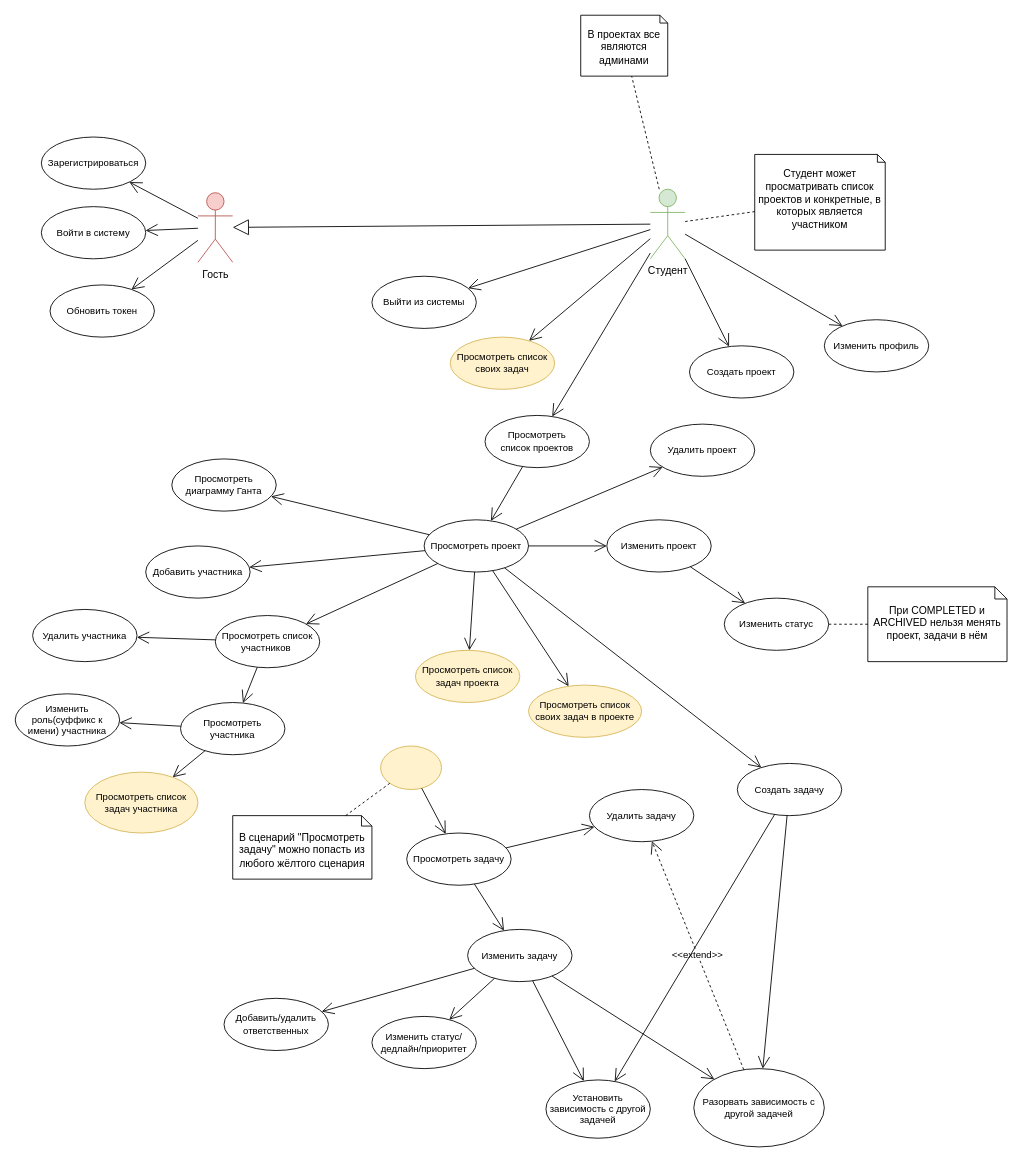
The draw.io diagram diagrams/use-case-diagram.drawio in Educational-Projects-Se2my00of5/osnovyprymoyrazrabotki, before the edit. Source tidied: cells renumbered, new cells numbered last; positions are measured from the earlier drawing's top-left corner, leaving out a move shared by most shapes. Both pictures are drawn from the tidied source at 87%, with x=0, y=0 at pixel (15, 15).
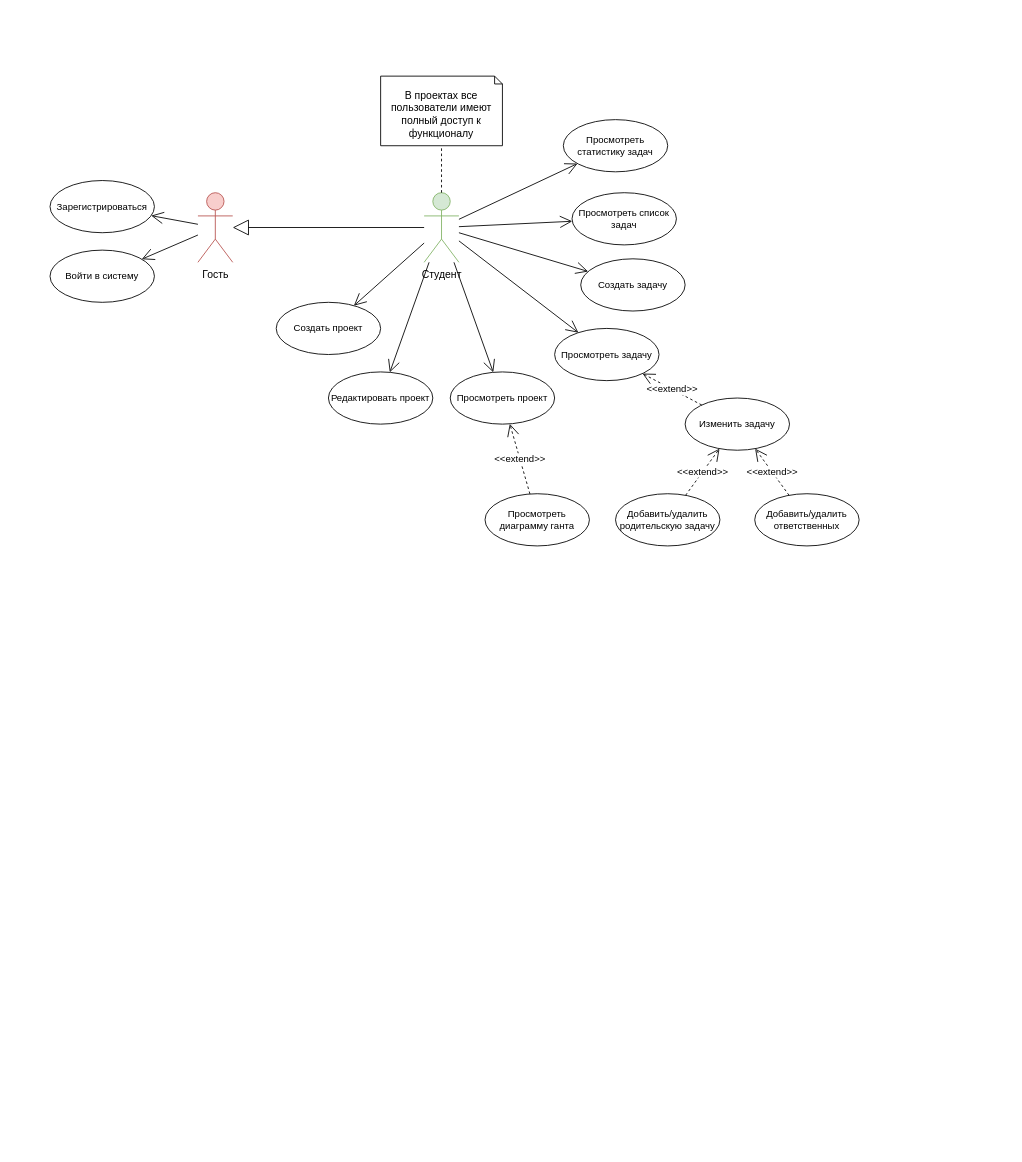
The same page after the edit.

The change refers to these unchanged cells:
```xml
<mxCell id="2" value="Гость" style="shape=umlActor;verticalLabelPosition=bottom;verticalAlign=top;html=1;fontSize=12;fillColor=#f8cecc;strokeColor=#b85450;" parent="1" vertex="1">
  <mxGeometry x="210" y="204" width="40" height="80" as="geometry" />
</mxCell>
```

What changed in the source:
```diff
@@
     <mxCell id="3" value="Студент" style="shape=umlActor;verticalLabelPosition=bottom;verticalAlign=top;html=1;fontSize=12;fillColor=#d5e8d4;strokeColor=#82b366;" parent="1" vertex="1">
-      <mxGeometry x="730" y="200" width="40" height="80" as="geometry" />
+      <mxGeometry x="470" y="204" width="40" height="80" as="geometry" />
     </mxCell>
     <mxCell id="4" value="Зарегистрироваться" style="ellipse;whiteSpace=wrap;html=1;fontSize=11;" parent="1" vertex="1">
-      <mxGeometry x="30" y="140" width="120" height="60" as="geometry" />
+      <mxGeometry x="40" y="190" width="120" height="60" as="geometry" />
     </mxCell>
     <mxCell id="5" value="Войти в систему" style="ellipse;whiteSpace=wrap;html=1;fontSize=11;" parent="1" vertex="1">
-      <mxGeometry x="30" y="220" width="120" height="60" as="geometry" />
+      <mxGeometry x="40" y="270" width="120" height="60" as="geometry" />
     </mxCell>
@@
-    <mxCell id="8" value="Изменить проект" style="ellipse;whiteSpace=wrap;html=1;fontSize=11;" parent="1" vertex="1">
-      <mxGeometry x="680" y="580" width="120" height="60" as="geometry" />
-    </mxCell>
-    <mxCell id="9" value="Обновить токен" style="ellipse;whiteSpace=wrap;html=1;fontSize=11;" parent="1" vertex="1">
-      <mxGeometry x="40" y="310" width="120" height="60" as="geometry" />
-    </mxCell>
-    <mxCell id="10" style="endArrow=open;endFill=1;endSize=12;html=1;" parent="1" edge="1" source="2" target="9">
-      <mxGeometry relative="1" as="geometry" />
-    </mxCell>
-    <mxCell id="11" style="endArrow=open;endFill=1;endSize=12;html=1;" parent="1" edge="1" source="19" target="8">
-      <mxGeometry relative="1" as="geometry" />
-    </mxCell>
@@
-    <mxCell id="13" value="Просмотреть&#10;список проектов" style="ellipse;whiteSpace=wrap;html=1;fontSize=11;" parent="1" vertex="1">
-      <mxGeometry x="540" y="460" width="120" height="60" as="geometry" />
-    </mxCell>
-    <mxCell id="14" style="endArrow=open;endFill=1;endSize=12;html=1;" parent="1" edge="1" source="3" target="13">
-      <mxGeometry relative="1" as="geometry" />
-    </mxCell>
-    <mxCell id="15" value="Изменить задачу" style="ellipse;whiteSpace=wrap;html=1;fontSize=11;" parent="1" vertex="1">
-      <mxGeometry x="520" y="1050.8" width="120" height="60" as="geometry" />
-    </mxCell>
-    <mxCell id="16" style="endArrow=open;endFill=1;endSize=12;html=1;" parent="1" edge="1" source="58" target="15">
-      <mxGeometry relative="1" as="geometry" />
-    </mxCell>
-    <mxCell id="17" value="Выйти из системы" style="ellipse;whiteSpace=wrap;html=1;fontSize=11;" parent="1" vertex="1">
-      <mxGeometry x="410" y="300" width="120" height="60" as="geometry" />
-    </mxCell>
-    <mxCell id="18" style="endArrow=open;endFill=1;endSize=12;html=1;" parent="1" edge="1" source="3" target="17">
-      <mxGeometry relative="1" as="geometry" />
-    </mxCell>
-    <mxCell id="19" value="Просмотреть проект" style="ellipse;whiteSpace=wrap;html=1;fontSize=11;" parent="1" vertex="1">
-      <mxGeometry x="470" y="580" width="120" height="60" as="geometry" />
-    </mxCell>
-    <mxCell id="20" style="endArrow=open;endFill=1;endSize=12;html=1;" parent="1" edge="1" source="13" target="19">
-      <mxGeometry relative="1" as="geometry" />
-    </mxCell>
-    <mxCell id="21" style="endArrow=open;endFill=1;endSize=12;html=1;" parent="1" edge="1" source="15" target="23">
-      <mxGeometry relative="1" as="geometry" />
-    </mxCell>
-    <mxCell id="22" style="endArrow=open;endFill=1;endSize=12;html=1;" parent="1" edge="1" source="15" target="24">
-      <mxGeometry relative="1" as="geometry" />
-    </mxCell>
-    <mxCell id="23" value="Изменить статус/дедлайн/приоритет" style="ellipse;whiteSpace=wrap;html=1;fontSize=11;" parent="1" vertex="1">
-      <mxGeometry x="410" y="1150.8" width="120" height="60" as="geometry" />
-    </mxCell>
-    <mxCell id="24" value="Добавить/удалить ответственных" style="ellipse;whiteSpace=wrap;html=1;fontSize=11;" parent="1" vertex="1">
-      <mxGeometry x="240" y="1130" width="120" height="60" as="geometry" />
-    </mxCell>
-    <mxCell id="25" value="Установить зависимость с другой задачей" style="ellipse;whiteSpace=wrap;html=1;fontSize=11;" parent="1" vertex="1">
-      <mxGeometry x="610" y="1223.8" width="120" height="67" as="geometry" />
-    </mxCell>
-    <mxCell id="26" value="Создать задачу" style="ellipse;whiteSpace=wrap;html=1;fontSize=11;" parent="1" vertex="1">
-      <mxGeometry x="830" y="860" width="120" height="60" as="geometry" />
-    </mxCell>
-    <mxCell id="27" style="endArrow=open;endFill=1;endSize=12;html=1;" parent="1" edge="1" source="19" target="26">
-      <mxGeometry relative="1" as="geometry" />
-    </mxCell>
-    <mxCell id="28" value="Удалить задачу" style="ellipse;whiteSpace=wrap;html=1;fontSize=11;" parent="1" vertex="1">
-      <mxGeometry x="660" y="890" width="120" height="60" as="geometry" />
-    </mxCell>
-    <mxCell id="29" style="endArrow=open;endFill=1;endSize=12;html=1;" parent="1" edge="1" source="58" target="28">
-      <mxGeometry relative="1" as="geometry" />
-    </mxCell>
-    <mxCell id="30" value="Студент может просматривать список проектов и конкретные, в которых является участником" style="shape=note2;boundedLbl=1;whiteSpace=wrap;html=1;size=9;verticalAlign=top;align=center;" parent="1" vertex="1">
-      <mxGeometry x="850" y="160" width="150" height="110" as="geometry" />
-    </mxCell>
-    <mxCell id="31" style="endArrow=none;dashed=1;html=1;" parent="1" edge="1" source="3" target="30">
-      <mxGeometry relative="1" as="geometry" />
-    </mxCell>
-    <mxCell id="32" value="Удалить проект" style="ellipse;whiteSpace=wrap;html=1;fontSize=11;" parent="1" vertex="1">
-      <mxGeometry x="730" y="470" width="120" height="60" as="geometry" />
-    </mxCell>
-    <mxCell id="33" style="endArrow=open;endFill=1;endSize=12;html=1;" parent="1" edge="1" source="19" target="32">
-      <mxGeometry relative="1" as="geometry" />
-    </mxCell>
-    <mxCell id="34" value="Добавить участника" style="ellipse;whiteSpace=wrap;html=1;fontSize=11;" parent="1" vertex="1">
-      <mxGeometry x="150" y="610" width="120" height="60" as="geometry" />
-    </mxCell>
-    <mxCell id="35" value="В проектах все являются админами" style="shape=note2;boundedLbl=1;whiteSpace=wrap;html=1;size=9;verticalAlign=top;align=center;" parent="1" vertex="1">
-      <mxGeometry x="650" width="100" height="70" as="geometry" />
+    <mxCell id="35" value="В проектах все пользователи имеют полный доступ к функционалу" style="shape=note2;boundedLbl=1;whiteSpace=wrap;html=1;size=9;verticalAlign=top;align=center;" parent="1" vertex="1">
+      <mxGeometry x="420" y="70" width="140" height="80" as="geometry" />
     </mxCell>
@@
-    <mxCell id="37" style="endArrow=open;endFill=1;endSize=12;html=1;" parent="1" edge="1" source="19" target="34">
-      <mxGeometry relative="1" as="geometry" />
-    </mxCell>
+    <mxCell id="75" style="endArrow=open;endFill=1;endSize=12;html=1;" parent="1" edge="1" source="3" target="76">
+      <mxGeometry relative="1" as="geometry" />
+    </mxCell>
+    <mxCell id="76" value="Редактировать проект" style="ellipse;whiteSpace=wrap;html=1;fontSize=11;" parent="1" vertex="1">
+      <mxGeometry x="360" y="410" width="120" height="60" as="geometry" />
+    </mxCell>
+    <mxCell id="77" style="endArrow=open;endFill=1;endSize=12;html=1;" parent="1" edge="1" source="3" target="19">
+      <mxGeometry relative="1" as="geometry" />
+    </mxCell>
+    <mxCell id="19" value="Просмотреть проект" style="ellipse;whiteSpace=wrap;html=1;fontSize=11;" parent="1" vertex="1">
+      <mxGeometry x="500" y="410" width="120" height="60" as="geometry" />
+    </mxCell>
+    <mxCell id="78" style="endArrow=open;endFill=1;endSize=12;html=1;" parent="1" edge="1" source="3" target="79">
+      <mxGeometry relative="1" as="geometry" />
+    </mxCell>
+    <mxCell id="79" value="Просмотреть статистику задач" style="ellipse;whiteSpace=wrap;html=1;fontSize=11;" parent="1" vertex="1">
+      <mxGeometry x="630" y="120" width="120" height="60" as="geometry" />
+    </mxCell>
+    <mxCell id="80" style="endArrow=open;endFill=1;endSize=12;html=1;" parent="1" edge="1" source="3" target="81">
+      <mxGeometry relative="1" as="geometry" />
+    </mxCell>
+    <mxCell id="81" value="Просмотреть список задач" style="ellipse;whiteSpace=wrap;html=1;fontSize=11;" parent="1" vertex="1">
+      <mxGeometry x="640" y="204" width="120" height="60" as="geometry" />
+    </mxCell>
+    <mxCell id="58" value="Просмотреть задачу" style="ellipse;whiteSpace=wrap;html=1;fontSize=11;" parent="1" vertex="1">
+      <mxGeometry x="620" y="360" width="120" height="60" as="geometry" />
+    </mxCell>
+    <mxCell id="15" value="Изменить задачу" style="ellipse;whiteSpace=wrap;html=1;fontSize=11;" parent="1" vertex="1">
+      <mxGeometry x="770" y="440" width="120" height="60" as="geometry" />
+    </mxCell>
+    <mxCell id="82" value="&amp;lt;&amp;lt;extend&amp;gt;&amp;gt;" style="endArrow=open;endSize=12;dashed=1;html=1;" parent="1" edge="1" source="15" target="58">
+      <mxGeometry relative="1" as="geometry" />
+    </mxCell>
+    <mxCell id="83" value="&amp;lt;&amp;lt;extend&amp;gt;&amp;gt;" style="endArrow=open;endSize=12;dashed=1;html=1;" parent="1" edge="1" source="24" target="15">
+      <mxGeometry relative="1" as="geometry" />
+    </mxCell>
+    <mxCell id="84" value="&amp;lt;&amp;lt;extend&amp;gt;&amp;gt;" style="endArrow=open;endSize=12;dashed=1;html=1;" parent="1" edge="1" source="85" target="15">
+      <mxGeometry relative="1" as="geometry" />
+    </mxCell>
+    <mxCell id="24" value="Добавить/удалить ответственных" style="ellipse;whiteSpace=wrap;html=1;fontSize=11;" parent="1" vertex="1">
+      <mxGeometry x="850" y="550" width="120" height="60" as="geometry" />
+    </mxCell>
+    <mxCell id="85" value="Добавить/удалить родительскую задачу" style="ellipse;whiteSpace=wrap;html=1;fontSize=11;" parent="1" vertex="1">
+      <mxGeometry x="690" y="550" width="120" height="60" as="geometry" />
+    </mxCell>
+    <mxCell id="86" style="endArrow=open;endFill=1;endSize=12;html=1;" parent="1" edge="1" source="3" target="58">
+      <mxGeometry relative="1" as="geometry" />
+    </mxCell>
+    <mxCell id="87" style="endArrow=open;endFill=1;endSize=12;html=1;" parent="1" edge="1" source="3" target="26">
+      <mxGeometry relative="1" as="geometry" />
+    </mxCell>
+    <mxCell id="26" value="Создать задачу" style="ellipse;whiteSpace=wrap;html=1;fontSize=11;" parent="1" vertex="1">
+      <mxGeometry x="650" y="280" width="120" height="60" as="geometry" />
+    </mxCell>
+    <mxCell id="88" value="Просмотреть диаграмму ганта" style="ellipse;whiteSpace=wrap;html=1;fontSize=11;" parent="1" vertex="1">
+      <mxGeometry x="540" y="550" width="120" height="60" as="geometry" />
+    </mxCell>
+    <mxCell id="89" value="&amp;lt;&amp;lt;extend&amp;gt;&amp;gt;" style="endArrow=open;endSize=12;dashed=1;html=1;" parent="1" edge="1" source="88" target="19">
+      <mxGeometry relative="1" as="geometry" />
+    </mxCell>
+    <mxCell id="39" style="endArrow=open;endFill=1;endSize=12;html=1;" parent="1" edge="1" source="3" target="38">
+      <mxGeometry relative="1" as="geometry" />
+    </mxCell>
     <mxCell id="38" value="Создать проект" style="ellipse;whiteSpace=wrap;html=1;fontSize=11;" parent="1" vertex="1">
-      <mxGeometry x="775" y="380" width="120" height="60" as="geometry" />
+      <mxGeometry x="300" y="330" width="120" height="60" as="geometry" />
     </mxCell>
-    <mxCell id="39" style="endArrow=open;endFill=1;endSize=12;html=1;" parent="1" edge="1" source="3" target="38">
-      <mxGeometry relative="1" as="geometry" />
-    </mxCell>
-    <mxCell id="40" value="Изменить статус" style="ellipse;whiteSpace=wrap;html=1;fontSize=11;" parent="1" vertex="1">
-      <mxGeometry x="815" y="670" width="120" height="60" as="geometry" />
-    </mxCell>
-    <mxCell id="41" style="endArrow=open;endFill=1;endSize=12;html=1;" parent="1" edge="1" source="8" target="40">
-      <mxGeometry relative="1" as="geometry" />
-    </mxCell>
-    <mxCell id="42" value="Разорвать зависимость с другой задачей" style="ellipse;whiteSpace=wrap;html=1;fontSize=11;" parent="1" vertex="1">
-      <mxGeometry x="780" y="1210.8" width="150" height="90" as="geometry" />
-    </mxCell>
-    <mxCell id="43" value="&amp;lt;&amp;lt;extend&amp;gt;&amp;gt;" style="endArrow=open;endSize=12;dashed=1;html=1;" parent="1" edge="1" source="42" target="28">
-      <mxGeometry relative="1" as="geometry" />
-    </mxCell>
-    <mxCell id="44" value="Просмотреть список участников&amp;nbsp;" style="ellipse;whiteSpace=wrap;html=1;fontSize=11;" parent="1" vertex="1">
-      <mxGeometry x="230" y="690" width="120" height="60" as="geometry" />
-    </mxCell>
-    <mxCell id="45" style="endArrow=open;endFill=1;endSize=12;html=1;" parent="1" edge="1" source="19" target="44">
-      <mxGeometry relative="1" as="geometry" />
-    </mxCell>
-    <mxCell id="46" value="Просмотреть участника" style="ellipse;whiteSpace=wrap;html=1;fontSize=11;" parent="1" vertex="1">
-      <mxGeometry x="190" y="790" width="120" height="60" as="geometry" />
-    </mxCell>
-    <mxCell id="47" style="endArrow=open;endFill=1;endSize=12;html=1;" parent="1" edge="1" source="44" target="46">
-      <mxGeometry relative="1" as="geometry" />
-    </mxCell>
-    <mxCell id="48" style="endArrow=open;endFill=1;endSize=12;html=1;" parent="1" edge="1" source="46" target="49">
-      <mxGeometry relative="1" as="geometry" />
-    </mxCell>
-    <mxCell id="49" value="Просмотреть список задач участника" style="ellipse;whiteSpace=wrap;html=1;fontSize=11;fillColor=#fff2cc;strokeColor=#d6b656;" parent="1" vertex="1">
-      <mxGeometry x="80" y="870" width="130" height="70" as="geometry" />
-    </mxCell>
-    <mxCell id="50" value="Изменить роль(суффикс к имени) участника" style="ellipse;whiteSpace=wrap;html=1;fontSize=11;" parent="1" vertex="1">
-      <mxGeometry y="780" width="120" height="60" as="geometry" />
-    </mxCell>
-    <mxCell id="51" style="endArrow=open;endFill=1;endSize=12;html=1;" parent="1" edge="1" source="46" target="50">
-      <mxGeometry relative="1" as="geometry" />
-    </mxCell>
-    <mxCell id="52" value="Просмотреть диаграмму Ганта" style="ellipse;whiteSpace=wrap;html=1;fontSize=11;" parent="1" vertex="1">
-      <mxGeometry x="180" y="510" width="120" height="60" as="geometry" />
-    </mxCell>
-    <mxCell id="53" style="endArrow=open;endFill=1;endSize=12;html=1;" parent="1" edge="1" source="19" target="52">
-      <mxGeometry relative="1" as="geometry" />
-    </mxCell>
-    <mxCell id="54" style="endArrow=open;endFill=1;endSize=12;html=1;" parent="1" edge="1" source="26" target="25">
-      <mxGeometry relative="1" as="geometry" />
-    </mxCell>
-    <mxCell id="55" style="endArrow=open;endFill=1;endSize=12;html=1;" parent="1" edge="1" source="26" target="42">
-      <mxGeometry relative="1" as="geometry" />
-    </mxCell>
-    <mxCell id="56" value="Просмотреть список задач проекта" style="ellipse;whiteSpace=wrap;html=1;fontSize=11;fillColor=#fff2cc;strokeColor=#d6b656;" parent="1" vertex="1">
-      <mxGeometry x="460" y="730" width="120" height="60" as="geometry" />
-    </mxCell>
-    <mxCell id="57" style="endArrow=open;endFill=1;endSize=12;html=1;" parent="1" edge="1" source="19" target="56">
-      <mxGeometry relative="1" as="geometry" />
-    </mxCell>
-    <mxCell id="58" value="Просмотреть задачу" style="ellipse;whiteSpace=wrap;html=1;fontSize=11;" parent="1" vertex="1">
-      <mxGeometry x="450" y="940" width="120" height="60" as="geometry" />
-    </mxCell>
-    <mxCell id="59" style="endArrow=open;endFill=1;endSize=12;html=1;" parent="1" edge="1" source="15" target="25">
-      <mxGeometry relative="1" as="geometry" />
-    </mxCell>
-    <mxCell id="60" style="endArrow=open;endFill=1;endSize=12;html=1;" parent="1" edge="1" source="15" target="42">
-      <mxGeometry relative="1" as="geometry" />
-    </mxCell>
-    <mxCell id="61" value="При COMPLETED и ARCHIVED нельзя менять проект, задачи в нём" style="shape=note2;boundedLbl=1;whiteSpace=wrap;html=1;size=14;verticalAlign=top;align=center;" parent="1" vertex="1">
-      <mxGeometry x="980" y="657" width="160" height="86" as="geometry" />
-    </mxCell>
-    <mxCell id="62" style="endArrow=none;dashed=1;html=1;" parent="1" edge="1" source="40" target="61">
-      <mxGeometry relative="1" as="geometry" />
-    </mxCell>
-    <mxCell id="63" value="Удалить участника" style="ellipse;whiteSpace=wrap;html=1;fontSize=11;" parent="1" vertex="1">
-      <mxGeometry x="20" y="683" width="120" height="60" as="geometry" />
-    </mxCell>
-    <mxCell id="64" style="endArrow=open;endFill=1;endSize=12;html=1;" parent="1" edge="1" source="44" target="63">
-      <mxGeometry relative="1" as="geometry" />
-    </mxCell>
-    <mxCell id="65" value="Изменить профиль" style="ellipse;whiteSpace=wrap;html=1;fontSize=11;" parent="1" vertex="1">
-      <mxGeometry x="930" y="350" width="120" height="60" as="geometry" />
-    </mxCell>
-    <mxCell id="66" style="endArrow=open;endFill=1;endSize=12;html=1;" parent="1" edge="1" source="3" target="65">
-      <mxGeometry relative="1" as="geometry" />
-    </mxCell>
-    <mxCell id="67" value="Просмотреть список своих задач" style="ellipse;whiteSpace=wrap;html=1;fontSize=11;fillColor=#fff2cc;strokeColor=#d6b656;" parent="1" vertex="1">
-      <mxGeometry x="500" y="370" width="120" height="60" as="geometry" />
-    </mxCell>
-    <mxCell id="68" style="endArrow=open;endFill=1;endSize=12;html=1;" parent="1" edge="1" source="3" target="67">
-      <mxGeometry relative="1" as="geometry" />
-    </mxCell>
-    <mxCell id="69" value="Просмотреть список своих задач в проекте" style="ellipse;whiteSpace=wrap;html=1;fontSize=11;fillColor=#fff2cc;strokeColor=#d6b656;" parent="1" vertex="1">
-      <mxGeometry x="590" y="770" width="130" height="60" as="geometry" />
-    </mxCell>
-    <mxCell id="70" style="endArrow=open;endFill=1;endSize=12;html=1;" parent="1" edge="1" source="19" target="69">
-      <mxGeometry relative="1" as="geometry" />
-    </mxCell>
-    <mxCell id="71" style="ellipse;whiteSpace=wrap;html=1;fillColor=#fff2cc;strokeColor=#d6b656;" parent="1" vertex="1">
-      <mxGeometry x="420" y="840" width="70" height="50" as="geometry" />
-    </mxCell>
-    <mxCell id="72" style="endArrow=open;endFill=1;endSize=12;html=1;" parent="1" edge="1" source="71" target="58">
-      <mxGeometry relative="1" as="geometry" />
-    </mxCell>
-    <mxCell id="73" value="В сценарий &quot;Просмотреть задачу&quot; можно попасть из любого жёлтого сценария" style="shape=note2;boundedLbl=1;whiteSpace=wrap;html=1;size=12;verticalAlign=top;align=center;" parent="1" vertex="1">
-      <mxGeometry x="250" y="920" width="160" height="73" as="geometry" />
-    </mxCell>
-    <mxCell id="74" style="endArrow=none;dashed=1;html=1;" parent="1" edge="1" source="73" target="71">
-      <mxGeometry relative="1" as="geometry" />
-    </mxCell>
```
